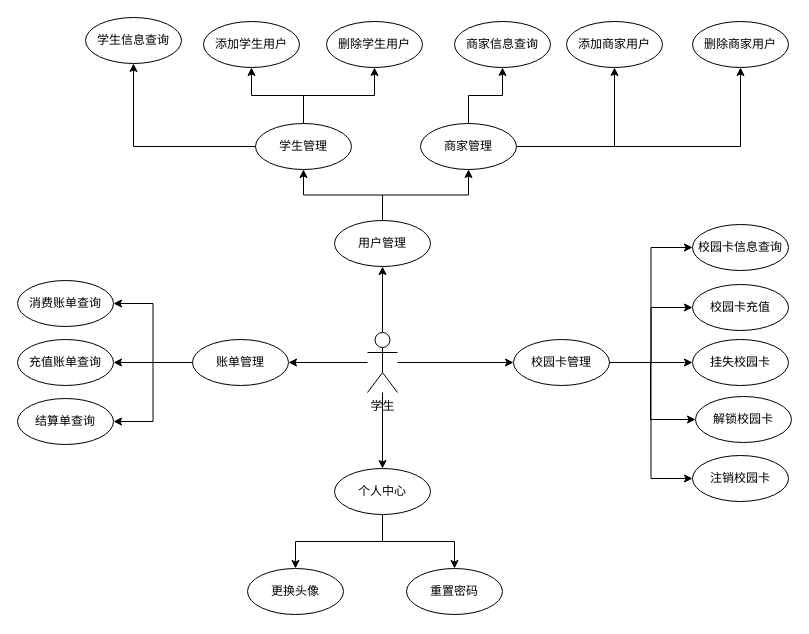
Before: ER-Charts/用例图-学生.drawio in ShiaoYoung/Database-course_design, a draw.io diagram. Source tidied: cells renumbered, new cells numbered last; positions are measured from the earlier drawing's top-left corner, leaving out a move shared by most shapes. Both pictures are drawn from the tidied source at 100%, with x=0, y=0 at pixel (17, 17).
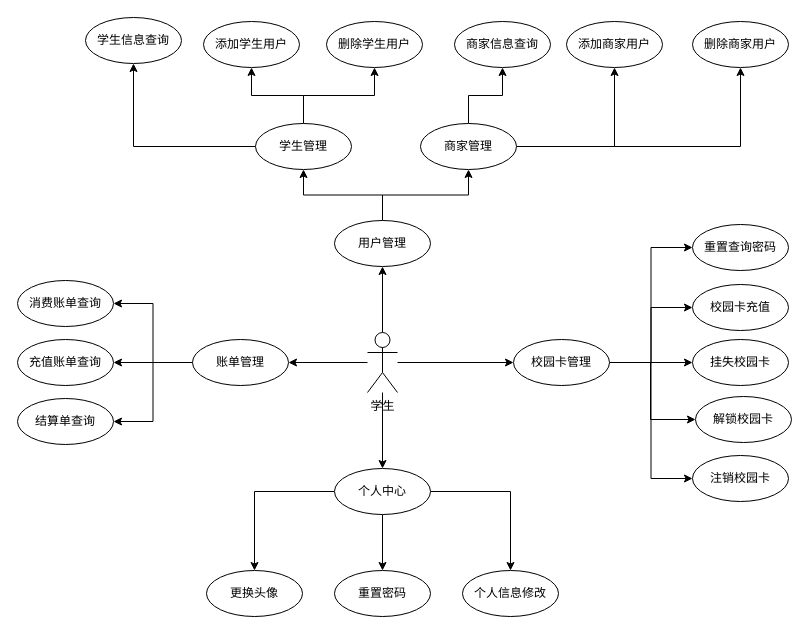
The same page after the edit.

Commit message (it also covers changes not shown here):
更新用例图-学生.drawio

Unchanged cells that the change refers to:
```xml
<mxCell id="45" value="个人中心" style="ellipse;whiteSpace=wrap;html=1;" parent="1" vertex="1">
  <mxGeometry x="317" y="451" width="96" height="46" as="geometry" />
</mxCell>
```

The edit, as a diff of the source:
```diff
@@
-    <mxCell id="31" value="校园卡信息查询" style="ellipse;whiteSpace=wrap;html=1;" parent="1" vertex="1">
+    <mxCell id="31" value="重置查询密码" style="ellipse;whiteSpace=wrap;html=1;" parent="1" vertex="1">
       <mxGeometry x="675" y="207" width="96" height="46" as="geometry" />
     </mxCell>
@@
+    <mxCell id="48" style="edgeStyle=orthogonalEdgeStyle;rounded=0;jettySize=auto;html=1;entryX=0.5;entryY=0;entryDx=0;entryDy=0;" parent="1" edge="1" source="45" target="49">
+      <mxGeometry relative="1" as="geometry" />
+    </mxCell>
@@
     <mxCell id="46" value="更换头像" style="ellipse;whiteSpace=wrap;html=1;" parent="1" vertex="1">
-      <mxGeometry x="230" y="551" width="96" height="46" as="geometry" />
+      <mxGeometry x="189" y="553" width="96" height="46" as="geometry" />
     </mxCell>
     <mxCell id="47" value="重置密码" style="ellipse;whiteSpace=wrap;html=1;" parent="1" vertex="1">
-      <mxGeometry x="389" y="551" width="96" height="46" as="geometry" />
+      <mxGeometry x="317" y="553" width="96" height="46" as="geometry" />
     </mxCell>
+    <mxCell id="49" value="个人信息修改" style="ellipse;whiteSpace=wrap;html=1;" parent="1" vertex="1">
+      <mxGeometry x="445" y="553" width="96" height="46" as="geometry" />
+    </mxCell>
```
